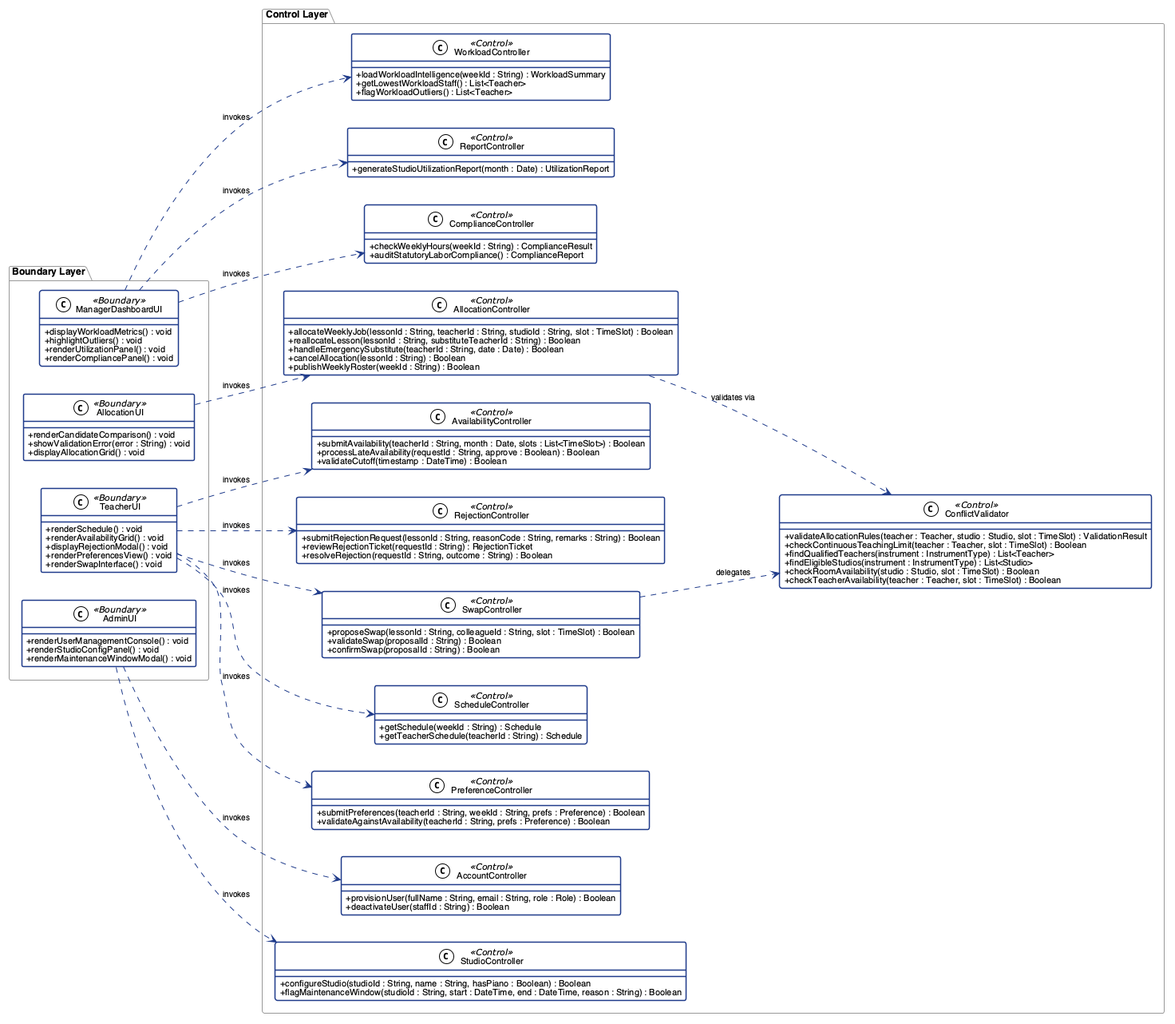
This is report/assets/class_diagram_control.png from adoreblvnk/2001temp, a PlantUML export, as it was before one commit.
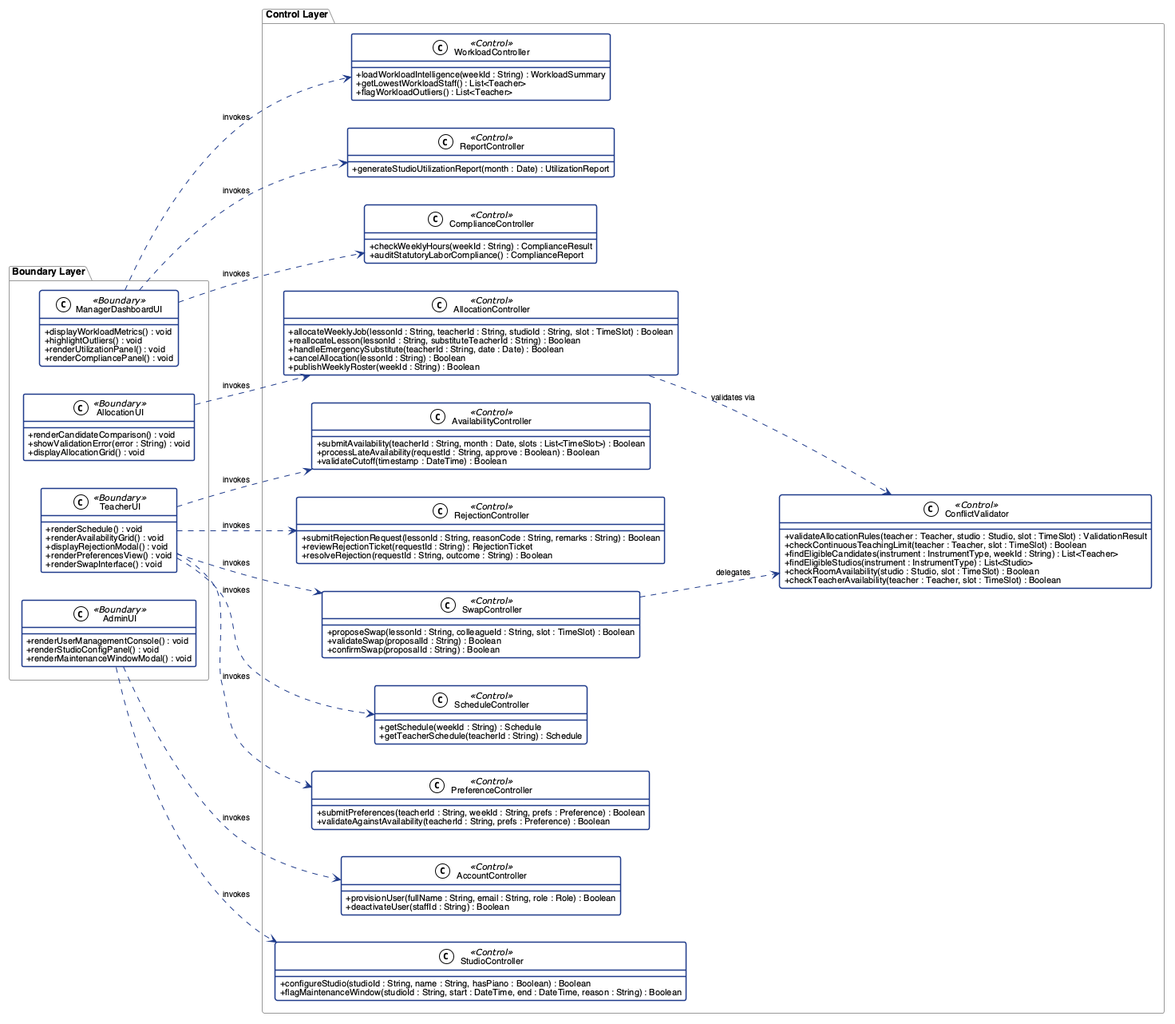
Later version of the same file.

The edit, as a diff of the source:
```diff
@@ -62,7 +62,7 @@
     class ConflictValidator <<Control>> {
         +validateAllocationRules(teacher : Teacher, studio : Studio, slot : TimeSlot) : ValidationResult
         +checkContinuousTeachingLimit(teacher : Teacher, slot : TimeSlot) : Boolean
-        +findQualifiedTeachers(instrument : InstrumentType) : List<Teacher>
+        +findEligibleCandidates(instrument : InstrumentType, weekId : String) : List<Teacher>
         +findEligibleStudios(instrument : InstrumentType) : List<Studio>
         +checkRoomAvailability(studio : Studio, slot : TimeSlot) : Boolean
         +checkTeacherAvailability(teacher : Teacher, slot : TimeSlot) : Boolean
```
